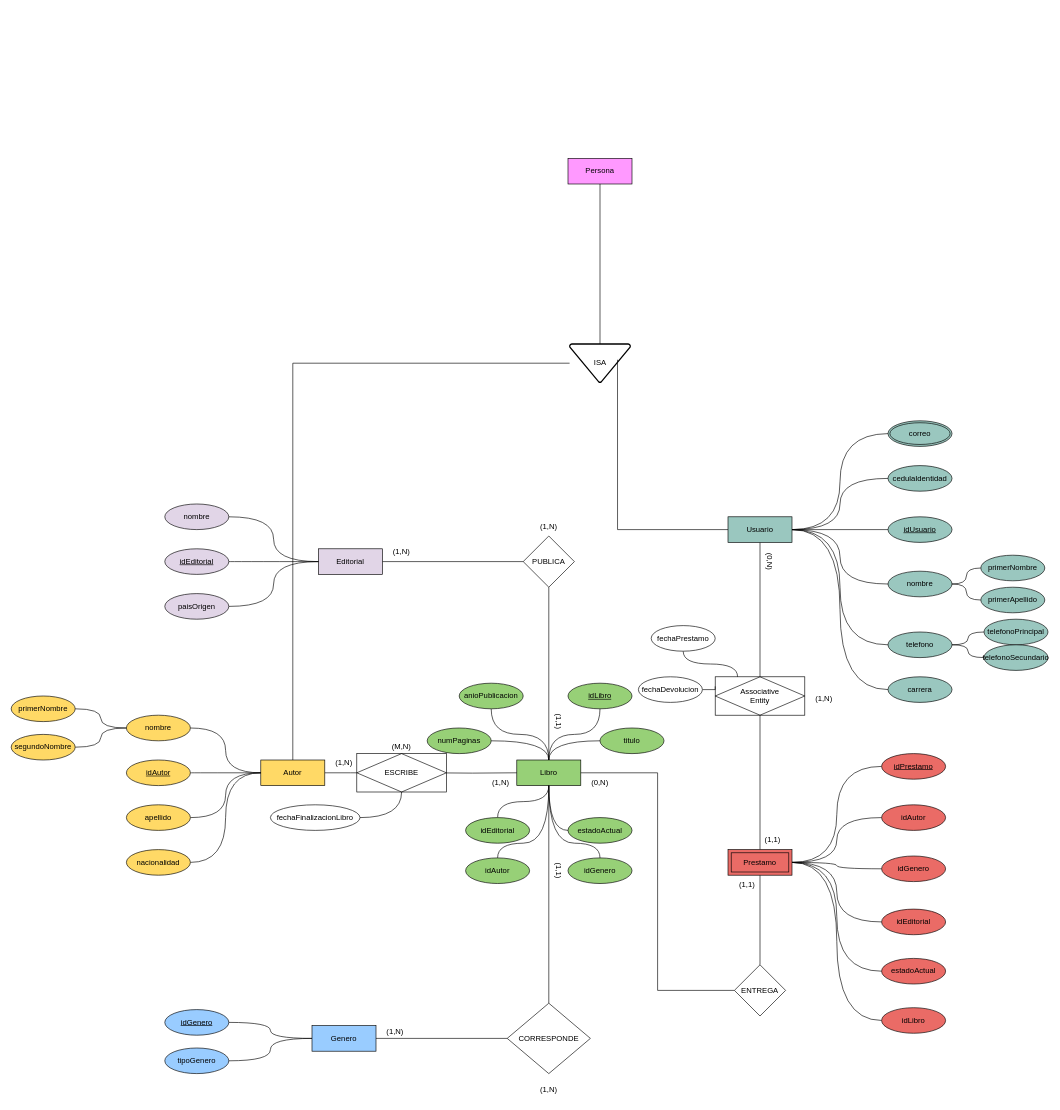
Above: EjercicioGuiadoSemana2.drawio in Isa4cc/BASE-DE-DATOS-I-DIAGRAMAS (draw.io), before the change. Source tidied: cells renumbered, new cells numbered last; positions are measured from the earlier drawing's top-left corner, leaving out a move shared by most shapes. Both pictures are drawn from the tidied source at 64%, with x=0, y=0 at pixel (11, 158).
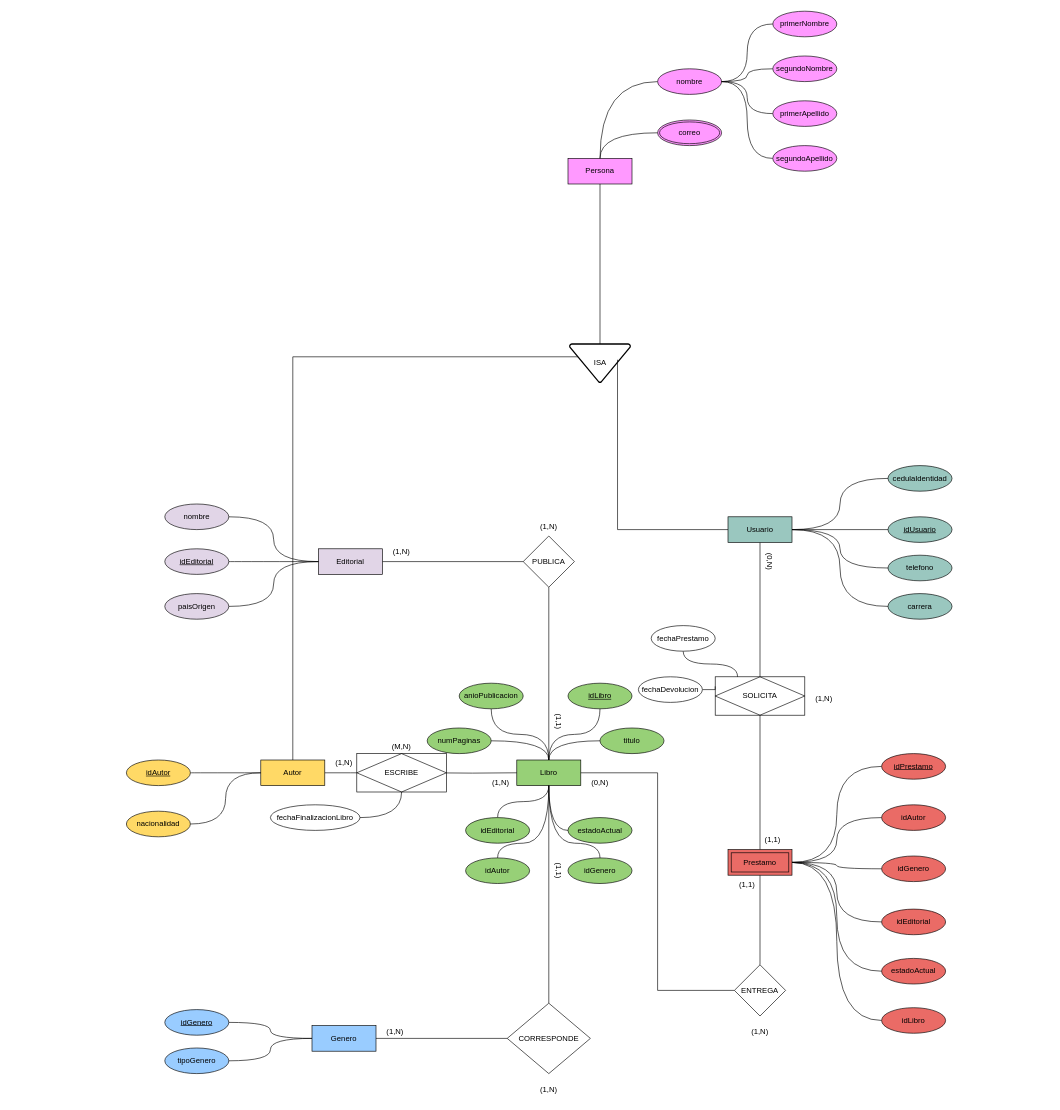
The same page after the edit.

The change refers to these unchanged cells:
```xml
<mxCell id="3" value="Usuario" style="whiteSpace=wrap;html=1;align=center;fillColor=light-dark(#9AC7BF,#99004D);" parent="1" vertex="1">
  <mxGeometry x="1120" y="560" width="100" height="40" as="geometry" />
</mxCell>
<mxCell id="5" value="Autor" style="whiteSpace=wrap;html=1;align=center;fillColor=#FFD966;" parent="1" vertex="1">
  <mxGeometry x="390" y="940" width="100" height="40" as="geometry" />
</mxCell>
<mxCell id="92" value="ISA" style="strokeWidth=2;html=1;shape=mxgraph.flowchart.merge_or_storage;whiteSpace=wrap;" parent="1" vertex="1">
  <mxGeometry x="872.5" y="290" width="95" height="60" as="geometry" />
</mxCell>
```

Diff of the diagram source:
```diff
@@
-    <mxCell id="39" style="edgeStyle=orthogonalEdgeStyle;rounded=0;jettySize=auto;html=1;entryX=0;entryY=0.5;entryDx=0;entryDy=0;curved=1;endArrow=none;endFill=0;" parent="1" edge="1" source="42" target="5">
-      <mxGeometry relative="1" as="geometry" />
-    </mxCell>
-    <mxCell id="40" style="edgeStyle=orthogonalEdgeStyle;rounded=0;jettySize=auto;html=1;endArrow=none;endFill=0;curved=1;curveGeometry=1;" parent="1" edge="1" source="42" target="82">
-      <mxGeometry relative="1" as="geometry" />
-    </mxCell>
-    <mxCell id="41" style="edgeStyle=orthogonalEdgeStyle;rounded=0;jettySize=auto;html=1;entryX=1;entryY=0.5;entryDx=0;entryDy=0;endArrow=none;endFill=0;curved=1;curveGeometry=1;" parent="1" edge="1" source="42" target="83">
-      <mxGeometry relative="1" as="geometry" />
-    </mxCell>
-    <mxCell id="42" value="nombre" style="ellipse;whiteSpace=wrap;html=1;align=center;fillColor=#FFD966;" parent="1" vertex="1">
-      <mxGeometry x="180" y="870" width="100" height="40" as="geometry" />
-    </mxCell>
@@
-    <mxCell id="45" style="edgeStyle=orthogonalEdgeStyle;rounded=0;jettySize=auto;html=1;entryX=0;entryY=0.5;entryDx=0;entryDy=0;curved=1;endArrow=none;endFill=0;" parent="1" edge="1" source="46" target="5">
-      <mxGeometry relative="1" as="geometry" />
-    </mxCell>
-    <mxCell id="46" value="apellido" style="ellipse;whiteSpace=wrap;html=1;align=center;fillColor=#FFD966;" parent="1" vertex="1">
-      <mxGeometry x="180" y="1010" width="100" height="40" as="geometry" />
-    </mxCell>
@@
     <mxCell id="48" value="nacionalidad" style="ellipse;whiteSpace=wrap;html=1;align=center;fillColor=#FFD966;" parent="1" vertex="1">
-      <mxGeometry x="180" y="1080" width="100" height="40" as="geometry" />
+      <mxGeometry x="180" y="1020" width="100" height="40" as="geometry" />
     </mxCell>
@@
-    <mxCell id="57" style="edgeStyle=orthogonalEdgeStyle;rounded=0;jettySize=auto;html=1;entryX=1;entryY=0.5;entryDx=0;entryDy=0;curved=1;endArrow=none;endFill=0;" parent="1" edge="1" source="60" target="3">
-      <mxGeometry relative="1" as="geometry" />
-    </mxCell>
-    <mxCell id="58" style="edgeStyle=orthogonalEdgeStyle;rounded=0;jettySize=auto;html=1;entryX=0;entryY=0.5;entryDx=0;entryDy=0;curved=1;endArrow=none;endFill=0;" parent="1" edge="1" source="60" target="80">
-      <mxGeometry relative="1" as="geometry" />
-    </mxCell>
-    <mxCell id="59" style="edgeStyle=orthogonalEdgeStyle;rounded=0;jettySize=auto;html=1;entryX=0;entryY=0.5;entryDx=0;entryDy=0;curved=1;endArrow=none;endFill=0;" parent="1" edge="1" source="60" target="81">
-      <mxGeometry relative="1" as="geometry" />
-    </mxCell>
-    <mxCell id="60" value="nombre" style="ellipse;whiteSpace=wrap;html=1;align=center;fillColor=light-dark(#9AC7BF,#99004D);" parent="1" vertex="1">
-      <mxGeometry x="1370" y="645" width="100" height="40" as="geometry" />
-    </mxCell>
@@
-    <mxCell id="62" style="edgeStyle=orthogonalEdgeStyle;rounded=0;jettySize=auto;html=1;curved=1;endArrow=none;endFill=0;" parent="1" edge="1" source="64" target="84">
-      <mxGeometry relative="1" as="geometry" />
-    </mxCell>
-    <mxCell id="63" style="edgeStyle=orthogonalEdgeStyle;rounded=0;jettySize=auto;html=1;entryX=0;entryY=0.5;entryDx=0;entryDy=0;curved=1;endArrow=none;endFill=0;" parent="1" edge="1" source="64" target="85">
-      <mxGeometry relative="1" as="geometry" />
-    </mxCell>
     <mxCell id="64" value="telefono" style="ellipse;whiteSpace=wrap;html=1;align=center;fillColor=light-dark(#9AC7BF,#99004D);" parent="1" vertex="1">
-      <mxGeometry x="1370" y="740" width="100" height="40" as="geometry" />
+      <mxGeometry x="1370" y="620" width="100" height="40" as="geometry" />
     </mxCell>
@@
     <mxCell id="68" value="carrera" style="ellipse;whiteSpace=wrap;html=1;align=center;fillColor=light-dark(#9AC7BF,#99004D);" parent="1" vertex="1">
-      <mxGeometry x="1370" y="810" width="100" height="40" as="geometry" />
+      <mxGeometry x="1370" y="680" width="100" height="40" as="geometry" />
     </mxCell>
-    <mxCell id="69" style="edgeStyle=orthogonalEdgeStyle;rounded=0;jettySize=auto;html=1;entryX=1;entryY=0.5;entryDx=0;entryDy=0;curved=1;endArrow=none;endFill=0;" parent="1" edge="1" target="3">
-      <mxGeometry relative="1" as="geometry">
-        <mxPoint x="1370" y="430" as="sourcePoint" />
-      </mxGeometry>
-    </mxCell>
@@
-    <mxCell id="80" value="primerNombre" style="ellipse;whiteSpace=wrap;html=1;align=center;fillColor=light-dark(#9AC7BF,#99004D);" parent="1" vertex="1">
-      <mxGeometry x="1515" y="620" width="100" height="40" as="geometry" />
-    </mxCell>
-    <mxCell id="81" value="primerApellido" style="ellipse;whiteSpace=wrap;html=1;align=center;fillColor=light-dark(#9AC7BF,#99004D);" parent="1" vertex="1">
-      <mxGeometry x="1515" y="670" width="100" height="40" as="geometry" />
-    </mxCell>
-    <mxCell id="82" value="primerNombre" style="ellipse;whiteSpace=wrap;html=1;align=center;fillColor=#FFD966;" parent="1" vertex="1">
-      <mxGeometry y="840" width="100" height="40" as="geometry" />
-    </mxCell>
-    <mxCell id="83" value="segundoNombre" style="ellipse;whiteSpace=wrap;html=1;align=center;fillColor=#FFD966;" parent="1" vertex="1">
-      <mxGeometry y="900" width="100" height="40" as="geometry" />
-    </mxCell>
-    <mxCell id="84" value="telefonoPrincipal" style="ellipse;whiteSpace=wrap;html=1;align=center;fillColor=light-dark(#9AC7BF,#99004D);" parent="1" vertex="1">
-      <mxGeometry x="1520" y="720" width="100" height="40" as="geometry" />
-    </mxCell>
-    <mxCell id="85" value="telefonoSecundario" style="ellipse;whiteSpace=wrap;html=1;align=center;fillColor=light-dark(#9AC7BF,#99004D);" parent="1" vertex="1">
-      <mxGeometry x="1520" y="760" width="100" height="40" as="geometry" />
-    </mxCell>
@@
-    <mxCell id="90" value="correo" style="ellipse;shape=doubleEllipse;margin=3;whiteSpace=wrap;html=1;align=center;fillColor=light-dark(#9AC7BF,#99004D);" parent="1" vertex="1">
-      <mxGeometry x="1370" y="410" width="100" height="40" as="geometry" />
-    </mxCell>
-    <mxCell id="91" style="edgeStyle=orthogonalEdgeStyle;rounded=0;jettySize=auto;html=1;entryX=0.5;entryY=0;entryDx=0;entryDy=0;endArrow=none;endFill=0;" parent="1" edge="1" source="92" target="5">
-      <mxGeometry relative="1" as="geometry" />
+    <mxCell id="91" style="edgeStyle=orthogonalEdgeStyle;rounded=0;jettySize=auto;html=1;entryX=0.5;entryY=0;entryDx=0;entryDy=0;endArrow=none;endFill=0;exitX=0.605;exitY=0.333;exitDx=0;exitDy=0;exitPerimeter=0;" parent="1" edge="1" source="92" target="5">
+      <mxGeometry x="0.06" relative="1" as="geometry" />
     </mxCell>
@@
-    <mxCell id="93" value="Persona" style="whiteSpace=wrap;html=1;align=center;fillColor=#FF99FF;" parent="1" vertex="1">
+    <mxCell id="93" value="Persona" style="whiteSpace=wrap;html=1;align=center;fillColor=light-dark(#FF99FF,#7F00FF);" parent="1" vertex="1">
       <mxGeometry x="870" width="100" height="40" as="geometry" />
     </mxCell>
@@
-    <mxCell id="110" value="Associative&#10;Entity" style="shape=associativeEntity;whiteSpace=wrap;html=1;align=center;" parent="1" vertex="1">
+    <mxCell id="110" value="SOLICITA" style="shape=associativeEntity;whiteSpace=wrap;html=1;align=center;" parent="1" vertex="1">
       <mxGeometry x="1100" y="810" width="140" height="60" as="geometry" />
     </mxCell>
@@
+    <mxCell id="118" value="(1,N)" style="text;html=1;whiteSpace=wrap;strokeColor=none;fillColor=none;align=center;verticalAlign=middle;rounded=0;" parent="1" vertex="1">
+      <mxGeometry x="1140" y="1350" width="60" height="30" as="geometry" />
+    </mxCell>
+    <mxCell id="119" style="edgeStyle=orthogonalEdgeStyle;rounded=0;jettySize=auto;html=1;entryX=0.5;entryY=0;entryDx=0;entryDy=0;curved=1;curveGeometry=1;endArrow=none;endFill=0;" parent="1" edge="1" source="120" target="93">
+      <mxGeometry relative="1" as="geometry" />
+    </mxCell>
+    <mxCell id="120" value="nombre" style="ellipse;whiteSpace=wrap;html=1;align=center;fillColor=light-dark(#FF99FF,#7F00FF);" parent="1" vertex="1">
+      <mxGeometry x="1010" y="-140" width="100" height="40" as="geometry" />
+    </mxCell>
+    <mxCell id="121" style="edgeStyle=orthogonalEdgeStyle;rounded=0;jettySize=auto;html=1;entryX=1;entryY=0.5;entryDx=0;entryDy=0;endArrow=none;endFill=0;curved=1;curveGeometry=1;" parent="1" edge="1" source="122" target="120">
+      <mxGeometry relative="1" as="geometry" />
+    </mxCell>
+    <mxCell id="122" value="primerNombre" style="ellipse;whiteSpace=wrap;html=1;align=center;fillColor=light-dark(#FF99FF,#7F00FF);" parent="1" vertex="1">
+      <mxGeometry x="1190" y="-230" width="100" height="40" as="geometry" />
+    </mxCell>
+    <mxCell id="123" style="edgeStyle=orthogonalEdgeStyle;rounded=0;jettySize=auto;html=1;entryX=1;entryY=0.5;entryDx=0;entryDy=0;curved=1;curveGeometry=1;endArrow=none;endFill=0;" parent="1" edge="1" source="83" target="120">
+      <mxGeometry relative="1" as="geometry" />
+    </mxCell>
+    <mxCell id="83" value="segundoNombre" style="ellipse;whiteSpace=wrap;html=1;align=center;fillColor=light-dark(#FF99FF,#7F00FF);" parent="1" vertex="1">
+      <mxGeometry x="1190" y="-160" width="100" height="40" as="geometry" />
+    </mxCell>
+    <mxCell id="124" style="edgeStyle=orthogonalEdgeStyle;rounded=0;jettySize=auto;html=1;entryX=1;entryY=0.5;entryDx=0;entryDy=0;endArrow=none;endFill=0;curved=1;curveGeometry=1;" parent="1" edge="1" source="81" target="120">
+      <mxGeometry relative="1" as="geometry" />
+    </mxCell>
+    <mxCell id="81" value="primerApellido" style="ellipse;whiteSpace=wrap;html=1;align=center;fillColor=light-dark(#FF99FF,#7F00FF);" parent="1" vertex="1">
+      <mxGeometry x="1190" y="-90" width="100" height="40" as="geometry" />
+    </mxCell>
+    <mxCell id="125" style="edgeStyle=orthogonalEdgeStyle;rounded=0;jettySize=auto;html=1;entryX=1;entryY=0.5;entryDx=0;entryDy=0;curved=1;curveGeometry=1;endArrow=none;endFill=0;" parent="1" edge="1" source="126" target="120">
+      <mxGeometry relative="1" as="geometry" />
+    </mxCell>
+    <mxCell id="126" value="segundoApellido" style="ellipse;whiteSpace=wrap;html=1;align=center;fillColor=light-dark(#FF99FF,#7F00FF);" parent="1" vertex="1">
+      <mxGeometry x="1190" y="-20" width="100" height="40" as="geometry" />
+    </mxCell>
+    <mxCell id="127" style="edgeStyle=orthogonalEdgeStyle;rounded=0;jettySize=auto;html=1;endArrow=none;endFill=0;curved=1;curveGeometry=1;" parent="1" edge="1" source="90" target="93">
+      <mxGeometry relative="1" as="geometry" />
+    </mxCell>
+    <mxCell id="90" value="correo" style="ellipse;shape=doubleEllipse;margin=3;whiteSpace=wrap;html=1;align=center;fillColor=light-dark(#FF99FF,#7F00FF);" parent="1" vertex="1">
+      <mxGeometry x="1010" y="-60" width="100" height="40" as="geometry" />
+    </mxCell>
```
